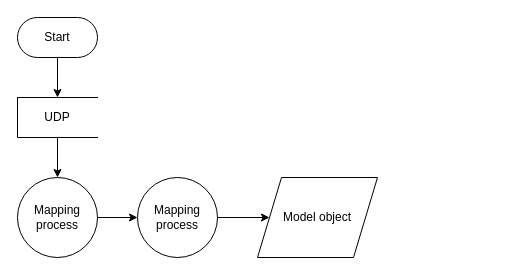
Earlier version of the draw.io diagram CEP_UDP_SFTP.drawio (EpicM97/EpicM). Source tidied: cells renumbered, new cells numbered last; positions are measured from the earlier drawing's top-left corner, leaving out a move shared by most shapes. Both pictures are drawn from the tidied source at 100%, with x=0, y=0 at pixel (17, 17).
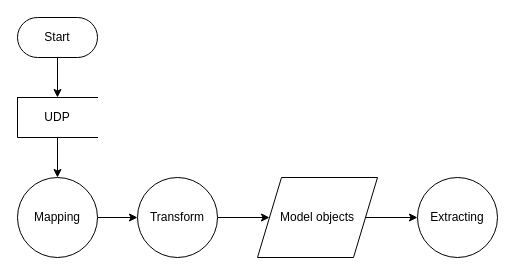
The same page after the edit.

What changed in the source:
```diff
@@
 <mxGraphModel>
   <root>
     <mxCell id="0" />
     <mxCell id="1" parent="0" />
     <mxCell id="2" style="edgeStyle=orthogonalEdgeStyle;rounded=0;jettySize=auto;html=1;" parent="1" edge="1" source="3" target="8">
       <mxGeometry relative="1" as="geometry" />
     </mxCell>
     <mxCell id="3" value="Start" style="html=1;dashed=0;whiteSpace=wrap;shape=mxgraph.dfd.start;" parent="1" vertex="1">
       <mxGeometry width="80" height="40" as="geometry" />
     </mxCell>
     <mxCell id="4" style="edgeStyle=orthogonalEdgeStyle;rounded=0;jettySize=auto;html=1;entryX=0;entryY=0.5;entryDx=0;entryDy=0;" parent="1" edge="1" source="5" target="10">
       <mxGeometry relative="1" as="geometry" />
     </mxCell>
-    <mxCell id="5" value="Mapping process" style="shape=ellipse;html=1;dashed=0;whiteSpace=wrap;perimeter=ellipsePerimeter;" parent="1" vertex="1">
+    <mxCell id="5" value="Mapping" style="shape=ellipse;html=1;dashed=0;whiteSpace=wrap;perimeter=ellipsePerimeter;" parent="1" vertex="1">
       <mxGeometry y="160" width="80" height="80" as="geometry" />
     </mxCell>
     <mxCell id="6" style="edgeStyle=orthogonalEdgeStyle;rounded=0;jettySize=auto;html=1;entryX=0;entryY=0.5;entryDx=0;entryDy=0;exitX=1;exitY=0.5;exitDx=0;exitDy=0;" parent="1" edge="1" source="10" target="9">
       <mxGeometry relative="1" as="geometry" />
     </mxCell>
     <mxCell id="7" style="edgeStyle=orthogonalEdgeStyle;rounded=0;jettySize=auto;html=1;entryX=0.5;entryY=0;entryDx=0;entryDy=0;" parent="1" edge="1" source="8" target="5">
       <mxGeometry relative="1" as="geometry" />
     </mxCell>
     <mxCell id="8" value="UDP" style="html=1;dashed=0;whiteSpace=wrap;shape=partialRectangle;right=0;" parent="1" vertex="1">
       <mxGeometry y="80" width="80" height="40" as="geometry" />
     </mxCell>
+    <mxCell id="11" style="edgeStyle=orthogonalEdgeStyle;rounded=0;jettySize=auto;html=1;entryX=0;entryY=0.5;entryDx=0;entryDy=0;" parent="1" edge="1" source="9" target="12">
+      <mxGeometry relative="1" as="geometry" />
+    </mxCell>
-    <mxCell id="9" value="Model object" style="shape=parallelogram;perimeter=parallelogramPerimeter;whiteSpace=wrap;html=1;dashed=0;" parent="1" vertex="1">
+    <mxCell id="9" value="Model objects" style="shape=parallelogram;perimeter=parallelogramPerimeter;whiteSpace=wrap;html=1;dashed=0;" parent="1" vertex="1">
       <mxGeometry x="240" y="160" width="120" height="80" as="geometry" />
     </mxCell>
-    <mxCell id="10" value="Mapping process" style="shape=ellipse;html=1;dashed=0;whiteSpace=wrap;perimeter=ellipsePerimeter;" parent="1" vertex="1">
+    <mxCell id="10" value="Transform" style="shape=ellipse;html=1;dashed=0;whiteSpace=wrap;perimeter=ellipsePerimeter;" parent="1" vertex="1">
       <mxGeometry x="120" y="160" width="80" height="80" as="geometry" />
     </mxCell>
+    <mxCell id="12" value="Extracting" style="shape=ellipse;html=1;dashed=0;whiteSpace=wrap;perimeter=ellipsePerimeter;" parent="1" vertex="1">
+      <mxGeometry x="400" y="160" width="80" height="80" as="geometry" />
+    </mxCell>
   </root>
 </mxGraphModel>
```
